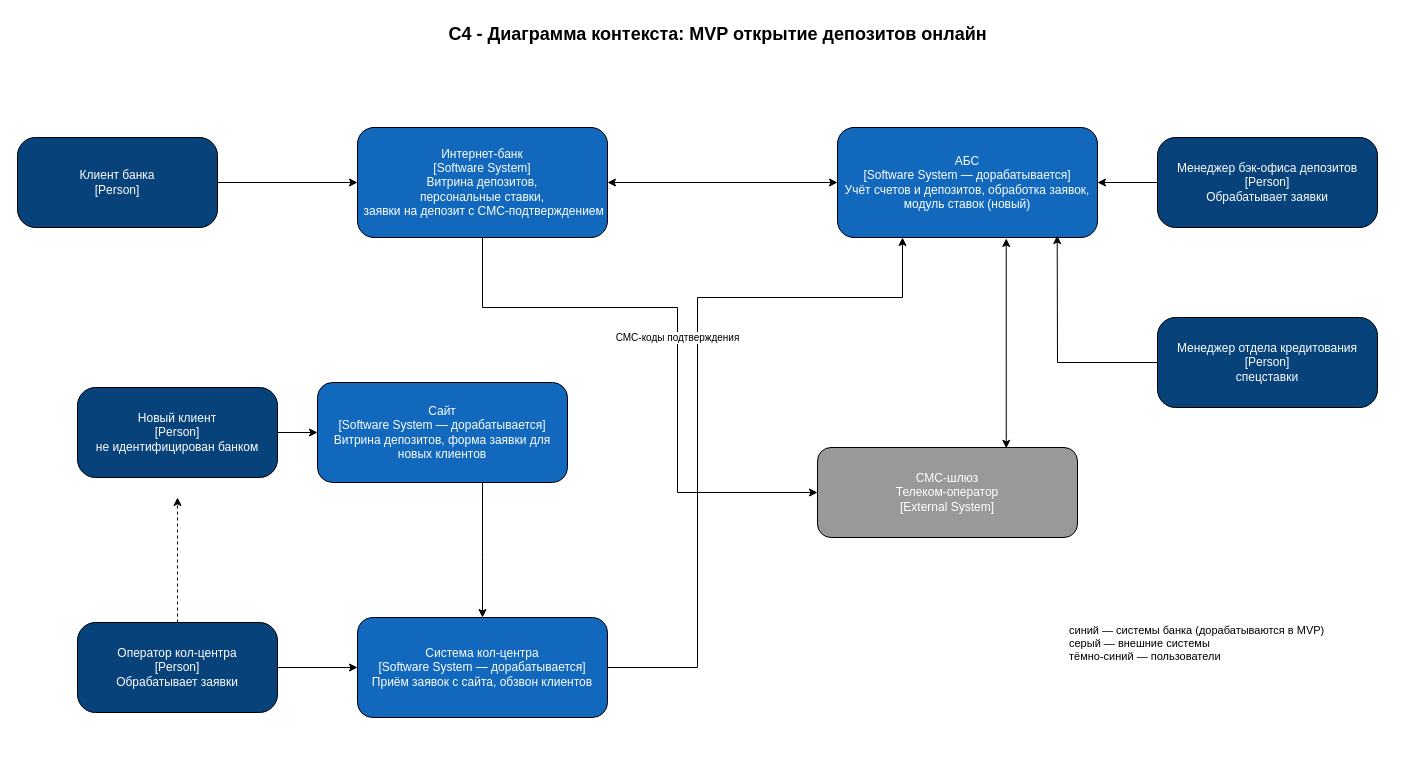
Above: Task3/deposits-mvp-c4-context.drawio in agr333221/architecture-pro-standart (draw.io), before the change. Source tidied: cells renumbered, new cells numbered last; positions are measured from the earlier drawing's top-left corner, leaving out a move shared by most shapes. Both pictures are drawn from the tidied source at 100%, with x=0, y=0 at pixel (17, 17).
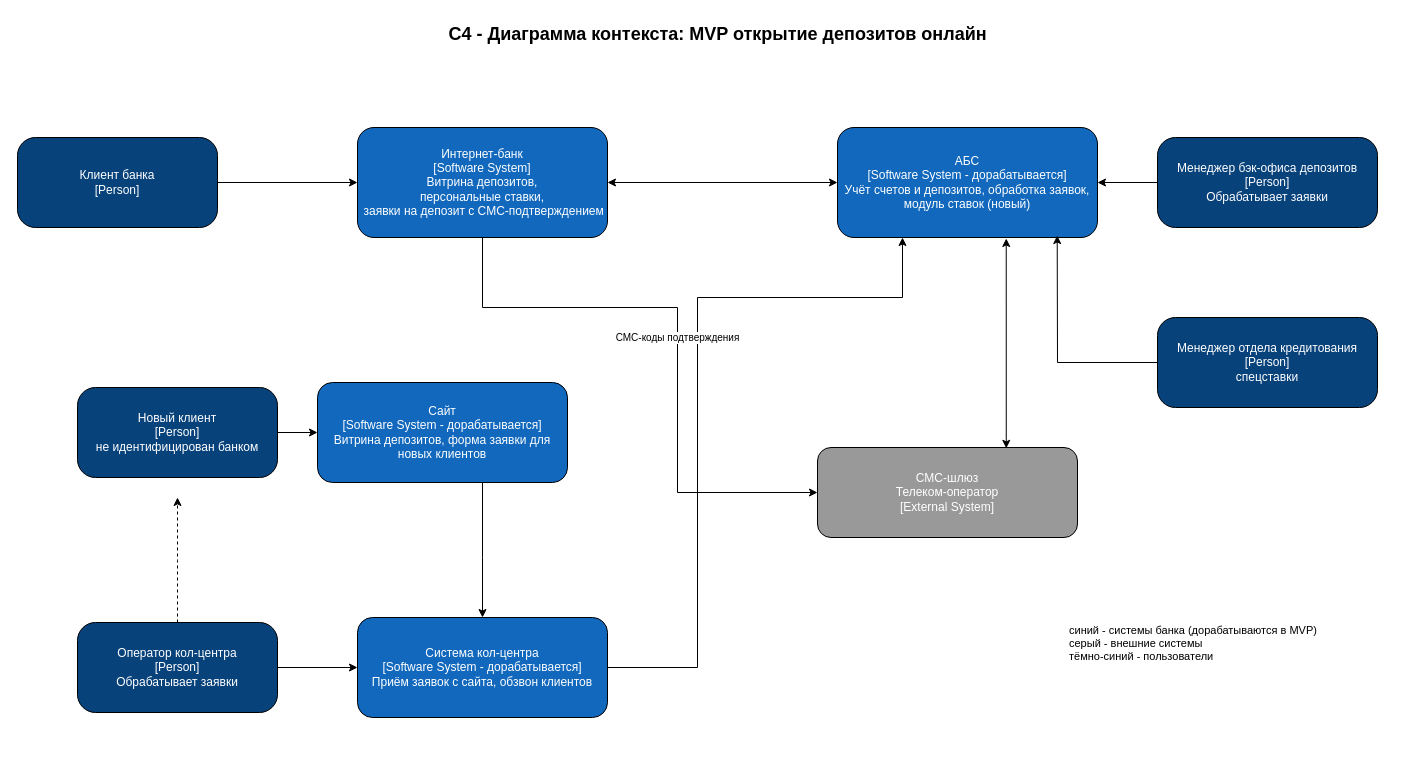
After the change.

Diff of the diagram source:
```diff
@@
-    <mxCell id="9" value="Сайт&#10;[Software System — дорабатывается]&#10;Витрина депозитов, форма заявки для новых клиентов" style="rounded=1;whiteSpace=wrap;html=1;fillColor=#1168BD;fontColor=#ffffff;" parent="1" vertex="1">
+    <mxCell id="9" value="Сайт&#10;[Software System - дорабатывается]&#10;Витрина депозитов, форма заявки для новых клиентов" style="rounded=1;whiteSpace=wrap;html=1;fillColor=#1168BD;fontColor=#ffffff;" parent="1" vertex="1">
       <mxGeometry x="300" y="365" width="250" height="100" as="geometry" />
     </mxCell>
-    <mxCell id="10" value="Система кол-центра&#10;[Software System — дорабатывается]&#10;Приём заявок с сайта, обзвон клиентов" style="rounded=1;whiteSpace=wrap;html=1;fillColor=#1168BD;fontColor=#ffffff;" parent="1" vertex="1">
+    <mxCell id="10" value="Система кол-центра&#10;[Software System - дорабатывается]&#10;Приём заявок с сайта, обзвон клиентов" style="rounded=1;whiteSpace=wrap;html=1;fillColor=#1168BD;fontColor=#ffffff;" parent="1" vertex="1">
       <mxGeometry x="340" y="600" width="250" height="100" as="geometry" />
     </mxCell>
-    <mxCell id="11" value="АБС&#10;[Software System — дорабатывается]&#10;Учёт счетов и депозитов, обработка заявок, модуль ставок (новый)" style="rounded=1;whiteSpace=wrap;html=1;fillColor=#1168BD;fontColor=#ffffff;" parent="1" vertex="1">
+    <mxCell id="11" value="АБС&#10;[Software System - дорабатывается]&#10;Учёт счетов и депозитов, обработка заявок, модуль ставок (новый)" style="rounded=1;whiteSpace=wrap;html=1;fillColor=#1168BD;fontColor=#ffffff;" parent="1" vertex="1">
       <mxGeometry x="820" y="110" width="260" height="110" as="geometry" />
     </mxCell>
@@
-    <mxCell id="22" value="синий — системы банка (дорабатываются в MVP)&lt;div&gt;&lt;span style=&quot;background-color: transparent; color: light-dark(rgb(0, 0, 0), rgb(255, 255, 255));&quot;&gt;серый — внешние системы&lt;/span&gt;&lt;div&gt;тёмно-синий — пользователи&lt;/div&gt;&lt;div&gt;&lt;br&gt;&lt;/div&gt;&lt;/div&gt;" style="text;html=1;align=left;verticalAlign=top;fontSize=11;" parent="1" vertex="1">
+    <mxCell id="22" value="синий - системы банка (дорабатываются в MVP)&lt;div&gt;&lt;span style=&quot;background-color: transparent; color: light-dark(rgb(0, 0, 0), rgb(255, 255, 255));&quot;&gt;серый - внешние системы&lt;/span&gt;&lt;div&gt;тёмно-синий - пользователи&lt;/div&gt;&lt;div&gt;&lt;br&gt;&lt;/div&gt;&lt;/div&gt;" style="text;html=1;align=left;verticalAlign=top;fontSize=11;" parent="1" vertex="1">
       <mxGeometry x="1050" y="600" width="320" height="140" as="geometry" />
     </mxCell>
```
